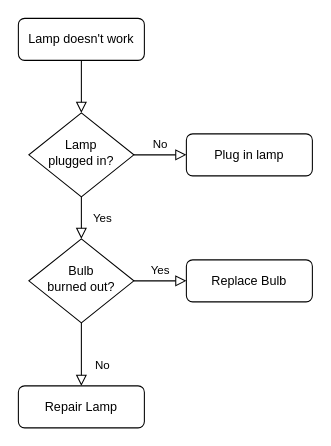
Before: Untitled Diagram.drawio in Snowiezz/NEA, a draw.io diagram. Source tidied: cells renumbered, new cells numbered last; positions are measured from the earlier drawing's top-left corner, leaving out a move shared by most shapes. Both pictures are drawn from the tidied source at 105%, with x=0, y=0 at pixel (18, 18).
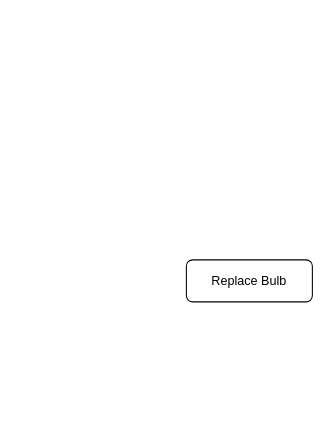
The same page after the edit.

Diff of the diagram source:
```diff
@@
 <mxGraphModel>
   <root>
     <mxCell id="0" />
     <mxCell id="1" parent="0" />
-    <mxCell id="2" style="rounded=0;html=1;jettySize=auto;fontSize=11;endArrow=block;endFill=0;endSize=8;strokeWidth=1;shadow=0;labelBackgroundColor=none;edgeStyle=orthogonalEdgeStyle;" parent="1" edge="1" source="3" target="6">
-      <mxGeometry relative="1" as="geometry" />
-    </mxCell>
-    <mxCell id="3" value="Lamp doesn't work" style="rounded=1;whiteSpace=wrap;html=1;fontSize=12;glass=0;strokeWidth=1;shadow=0;" parent="1" vertex="1">
-      <mxGeometry width="120" height="40" as="geometry" />
-    </mxCell>
-    <mxCell id="4" value="Yes" style="rounded=0;html=1;jettySize=auto;fontSize=11;endArrow=block;endFill=0;endSize=8;strokeWidth=1;shadow=0;labelBackgroundColor=none;edgeStyle=orthogonalEdgeStyle;" parent="1" edge="1" source="6" target="10">
-      <mxGeometry y="20" relative="1" as="geometry" />
-    </mxCell>
-    <mxCell id="5" value="No" style="edgeStyle=orthogonalEdgeStyle;rounded=0;html=1;jettySize=auto;fontSize=11;endArrow=block;endFill=0;endSize=8;strokeWidth=1;shadow=0;labelBackgroundColor=none;" parent="1" edge="1" source="6" target="7">
-      <mxGeometry y="10" relative="1" as="geometry" />
-    </mxCell>
-    <mxCell id="6" value="Lamp&lt;br&gt;plugged in?" style="rhombus;whiteSpace=wrap;html=1;shadow=0;fontFamily=Helvetica;fontSize=12;align=center;strokeWidth=1;spacing=6;spacingTop=-4;" parent="1" vertex="1">
-      <mxGeometry x="10" y="90" width="100" height="80" as="geometry" />
-    </mxCell>
-    <mxCell id="7" value="Plug in lamp" style="rounded=1;whiteSpace=wrap;html=1;fontSize=12;glass=0;strokeWidth=1;shadow=0;" parent="1" vertex="1">
-      <mxGeometry x="160" y="110" width="120" height="40" as="geometry" />
-    </mxCell>
-    <mxCell id="8" value="No" style="rounded=0;html=1;jettySize=auto;fontSize=11;endArrow=block;endFill=0;endSize=8;strokeWidth=1;shadow=0;labelBackgroundColor=none;edgeStyle=orthogonalEdgeStyle;" parent="1" edge="1" source="10" target="11">
-      <mxGeometry x="0.33" y="20" relative="1" as="geometry" />
-    </mxCell>
-    <mxCell id="9" value="Yes" style="edgeStyle=orthogonalEdgeStyle;rounded=0;html=1;jettySize=auto;fontSize=11;endArrow=block;endFill=0;endSize=8;strokeWidth=1;shadow=0;labelBackgroundColor=none;" parent="1" edge="1" source="10" target="12">
-      <mxGeometry y="10" relative="1" as="geometry" />
-    </mxCell>
-    <mxCell id="10" value="Bulb&lt;br&gt;burned out?" style="rhombus;whiteSpace=wrap;html=1;shadow=0;fontFamily=Helvetica;fontSize=12;align=center;strokeWidth=1;spacing=6;spacingTop=-4;" parent="1" vertex="1">
-      <mxGeometry x="10" y="210" width="100" height="80" as="geometry" />
-    </mxCell>
-    <mxCell id="11" value="Repair Lamp" style="rounded=1;whiteSpace=wrap;html=1;fontSize=12;glass=0;strokeWidth=1;shadow=0;" parent="1" vertex="1">
-      <mxGeometry y="350" width="120" height="40" as="geometry" />
-    </mxCell>
     <mxCell id="12" value="Replace Bulb" style="rounded=1;whiteSpace=wrap;html=1;fontSize=12;glass=0;strokeWidth=1;shadow=0;" parent="1" vertex="1">
       <mxGeometry x="160" y="230" width="120" height="40" as="geometry" />
     </mxCell>
   </root>
 </mxGraphModel>
```
